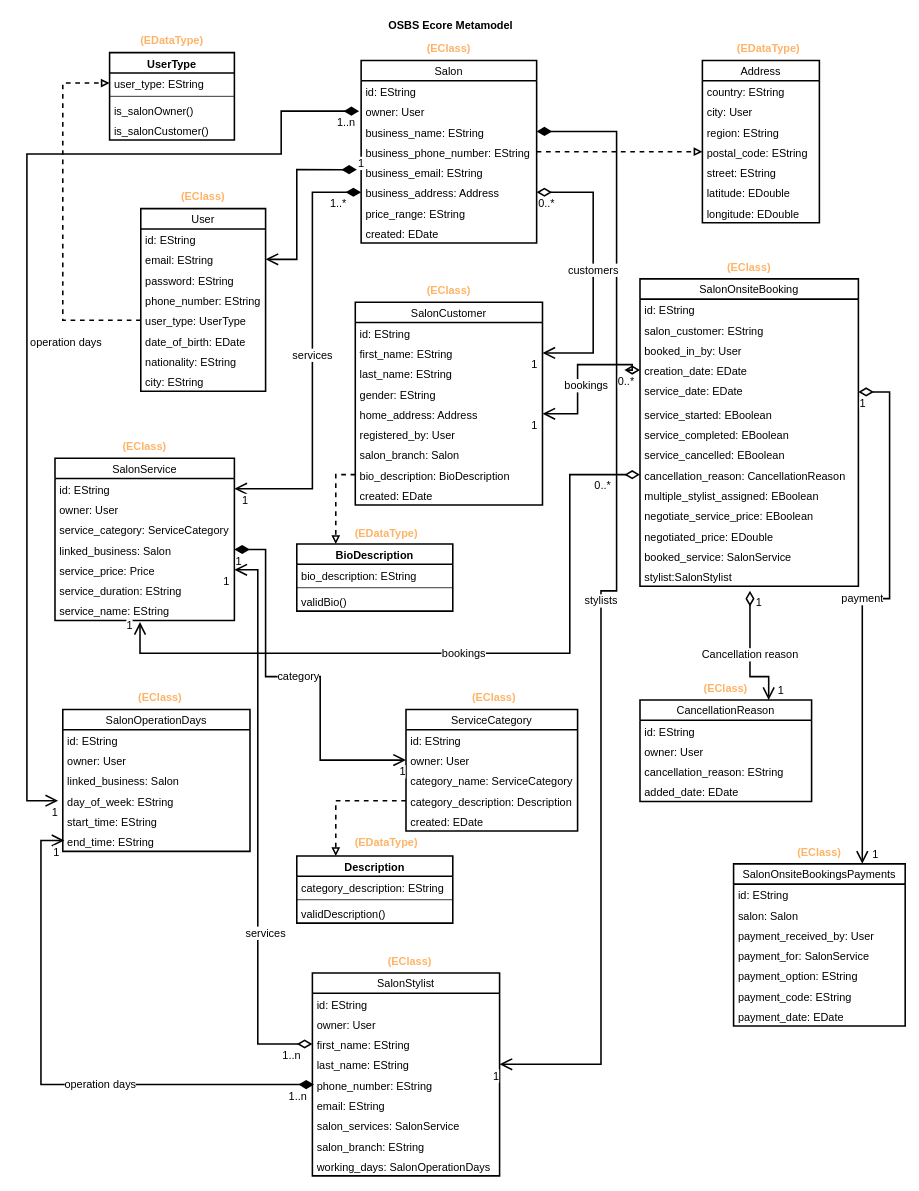
Above: page "OSBS-Ecore-Metamodel" (3 of 3) of DDD-and-Ecore/Salon_domain-model.drawio in Egalaxykenya/IEICE-journal-paper-emeka (draw.io), before the change. Source tidied: cells renumbered, new cells numbered last; positions are measured from the earlier drawing's top-left corner, leaving out a move shared by most shapes. Both pictures are drawn from the tidied source at 78%, with x=0, y=0 at pixel (27, 13).
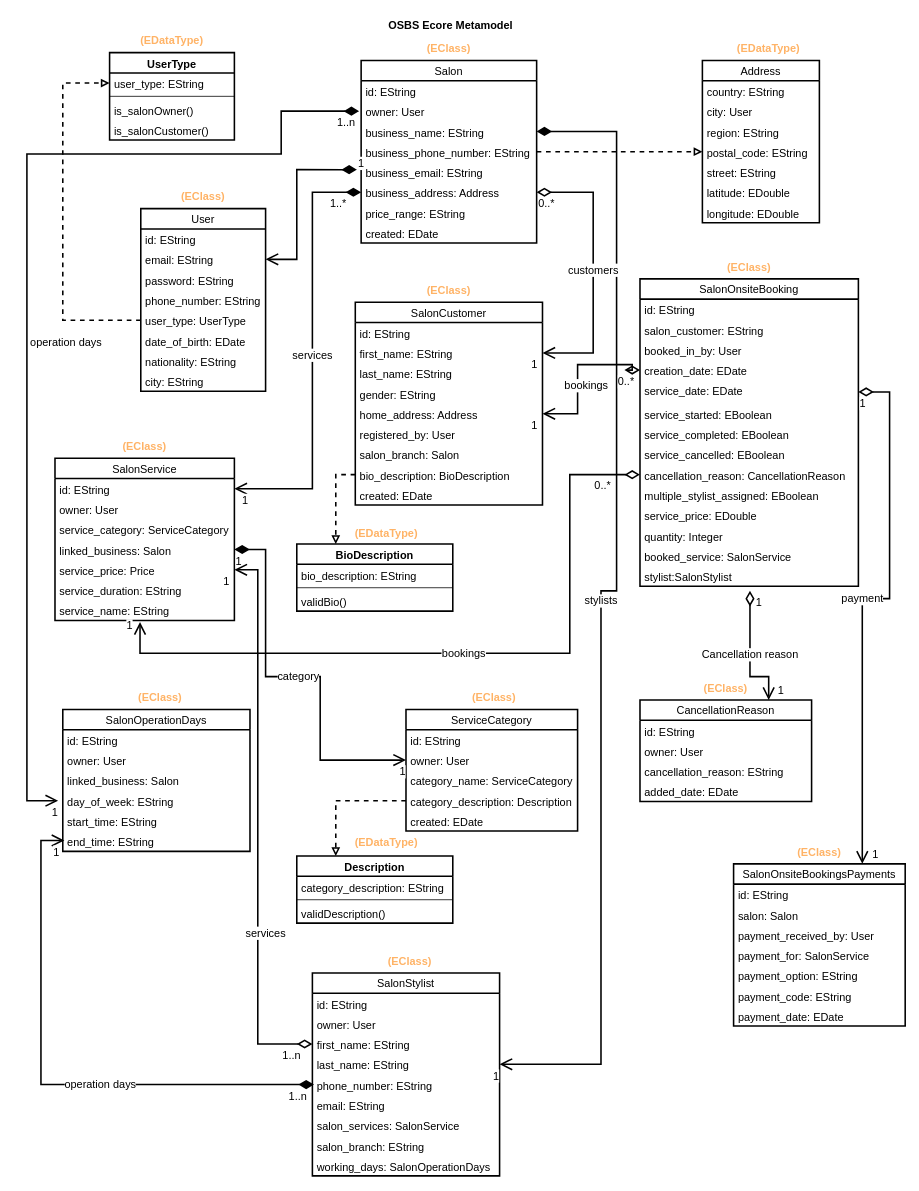
Above is the later version.

Unchanged cells that the change refers to:
```xml
<mxCell id="33" value="SalonOnsiteBooking" style="swimlane;fontStyle=0;horizontal=1;startSize=26;fillColor=none;fontSize=14;strokeWidth=2;" parent="1" vertex="1">
  <mxGeometry x="786" y="340" width="280" height="394" as="geometry" />
</mxCell>
```

The edit, as a diff of the source:
```diff
@@
-    <mxCell id="44" value="negotiate_service_price: EBoolean" style="text;strokeColor=none;fillColor=none;align=left;verticalAlign=top;spacingLeft=4;spacingRight=4;overflow=hidden;fontSize=14;" parent="33" vertex="1">
+    <mxCell id="44" value="service_price: EDouble" style="text;strokeColor=none;fillColor=none;align=left;verticalAlign=top;spacingLeft=4;spacingRight=4;overflow=hidden;fontSize=14;" parent="33" vertex="1">
       <mxGeometry y="290" width="280" height="26" as="geometry" />
     </mxCell>
-    <mxCell id="45" value="negotiated_price: EDouble" style="text;strokeColor=none;fillColor=none;align=left;verticalAlign=top;spacingLeft=4;spacingRight=4;overflow=hidden;fontSize=14;" parent="33" vertex="1">
+    <mxCell id="45" value="quantity: Integer" style="text;strokeColor=none;fillColor=none;align=left;verticalAlign=top;spacingLeft=4;spacingRight=4;overflow=hidden;fontSize=14;" parent="33" vertex="1">
       <mxGeometry y="316" width="280" height="26" as="geometry" />
     </mxCell>
```
